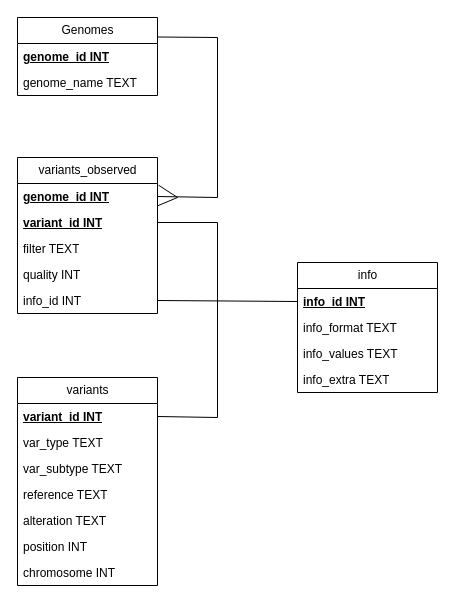
Marie-Schmit/REST-API-service-for-variant-data keeps this draw.io diagram as Report_Diagrams/Database_schema.drawio. Above is the earlier version. Source tidied: cells renumbered, new cells numbered last; positions are measured from the earlier drawing's top-left corner, leaving out a move shared by most shapes. Both pictures are drawn from the tidied source at 100%, with x=0, y=0 at pixel (17, 17).
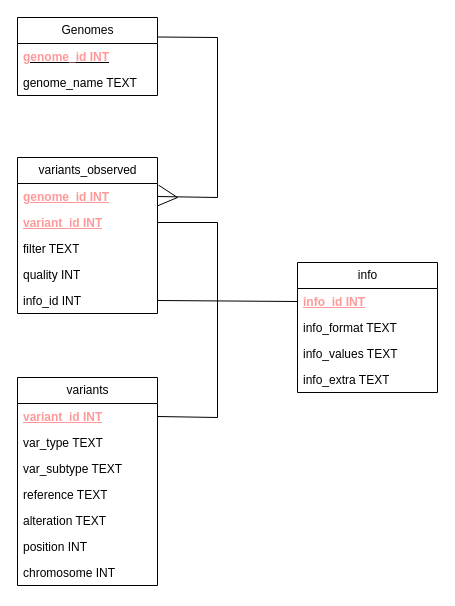
The same diagram, later.

The change refers to these unchanged cells:
```xml
<mxCell id="2" value="Genomes" style="swimlane;fontStyle=0;horizontal=1;startSize=26;fillColor=none;html=1;" parent="1" vertex="1">
  <mxGeometry width="140" height="78" as="geometry" />
</mxCell>
<mxCell id="5" value="variants_observed" style="swimlane;fontStyle=0;horizontal=1;startSize=26;fillColor=none;html=1;" parent="1" vertex="1">
  <mxGeometry y="140" width="140" height="156" as="geometry" />
</mxCell>
<mxCell id="11" value="variants" style="swimlane;fontStyle=0;horizontal=1;startSize=26;fillColor=none;html=1;" parent="1" vertex="1">
  <mxGeometry y="360" width="140" height="208" as="geometry" />
</mxCell>
<mxCell id="19" value="info" style="swimlane;fontStyle=0;horizontal=1;startSize=26;fillColor=none;html=1;" parent="1" vertex="1">
  <mxGeometry x="280" y="245" width="140" height="130" as="geometry" />
</mxCell>
```

What changed in the source:
```diff
@@
-    <mxCell id="3" value="genome_id INT" style="text;strokeColor=none;fillColor=none;align=left;verticalAlign=top;spacingLeft=4;spacingRight=4;overflow=hidden;whiteSpace=wrap;html=1;fontStyle=5;" parent="2" vertex="1">
+    <mxCell id="3" value="&lt;font color=&quot;#ff9999&quot;&gt;genome_id INT&lt;/font&gt;" style="text;strokeColor=none;fillColor=none;align=left;verticalAlign=top;spacingLeft=4;spacingRight=4;overflow=hidden;whiteSpace=wrap;html=1;fontStyle=5;" parent="2" vertex="1">
       <mxGeometry y="26" width="140" height="26" as="geometry" />
     </mxCell>
@@
-    <mxCell id="6" value="genome_id INT" style="text;strokeColor=none;fillColor=none;align=left;verticalAlign=top;spacingLeft=4;spacingRight=4;overflow=hidden;points=[[0,0.5],[1,0.5]];portConstraint=eastwest;whiteSpace=wrap;html=1;fontStyle=5;" parent="5" vertex="1">
+    <mxCell id="6" value="genome_id INT" style="text;strokeColor=none;fillColor=none;align=left;verticalAlign=top;spacingLeft=4;spacingRight=4;overflow=hidden;points=[[0,0.5],[1,0.5]];portConstraint=eastwest;whiteSpace=wrap;html=1;fontStyle=5;fontColor=#FF9999;" parent="5" vertex="1">
       <mxGeometry y="26" width="140" height="26" as="geometry" />
     </mxCell>
-    <mxCell id="7" value="&lt;b&gt;&lt;u&gt;variant_id INT&lt;br&gt;&lt;br&gt;&lt;/u&gt;&lt;/b&gt;" style="text;strokeColor=none;fillColor=none;align=left;verticalAlign=top;spacingLeft=4;spacingRight=4;overflow=hidden;points=[[0,0.5],[1,0.5]];portConstraint=eastwest;whiteSpace=wrap;html=1;" parent="5" vertex="1">
+    <mxCell id="7" value="&lt;b&gt;&lt;u&gt;variant_id INT&lt;br&gt;&lt;br&gt;&lt;/u&gt;&lt;/b&gt;" style="text;strokeColor=none;fillColor=none;align=left;verticalAlign=top;spacingLeft=4;spacingRight=4;overflow=hidden;points=[[0,0.5],[1,0.5]];portConstraint=eastwest;whiteSpace=wrap;html=1;fontColor=#FF9999;" parent="5" vertex="1">
       <mxGeometry y="52" width="140" height="26" as="geometry" />
     </mxCell>
@@
-    <mxCell id="12" value="&lt;b&gt;&lt;u&gt;variant_id INT&lt;br&gt;&lt;br&gt;&lt;/u&gt;&lt;/b&gt;" style="text;strokeColor=none;fillColor=none;align=left;verticalAlign=top;spacingLeft=4;spacingRight=4;overflow=hidden;points=[[0,0.5],[1,0.5]];portConstraint=eastwest;whiteSpace=wrap;html=1;" parent="11" vertex="1">
+    <mxCell id="12" value="&lt;b&gt;&lt;u&gt;variant_id INT&lt;br&gt;&lt;br&gt;&lt;/u&gt;&lt;/b&gt;" style="text;strokeColor=none;fillColor=none;align=left;verticalAlign=top;spacingLeft=4;spacingRight=4;overflow=hidden;points=[[0,0.5],[1,0.5]];portConstraint=eastwest;whiteSpace=wrap;html=1;fontColor=#FF9999;" parent="11" vertex="1">
       <mxGeometry y="26" width="140" height="26" as="geometry" />
     </mxCell>
@@
-    <mxCell id="20" value="&lt;b&gt;&lt;u&gt;info_id INT&lt;br&gt;&lt;/u&gt;&lt;/b&gt;" style="text;strokeColor=none;fillColor=none;align=left;verticalAlign=top;spacingLeft=4;spacingRight=4;overflow=hidden;points=[[0,0.5],[1,0.5]];portConstraint=eastwest;whiteSpace=wrap;html=1;" parent="19" vertex="1">
+    <mxCell id="20" value="&lt;b&gt;&lt;u&gt;info_id INT&lt;br&gt;&lt;/u&gt;&lt;/b&gt;" style="text;strokeColor=none;fillColor=none;align=left;verticalAlign=top;spacingLeft=4;spacingRight=4;overflow=hidden;points=[[0,0.5],[1,0.5]];portConstraint=eastwest;whiteSpace=wrap;html=1;fontColor=#FF9999;" parent="19" vertex="1">
       <mxGeometry y="26" width="140" height="26" as="geometry" />
     </mxCell>
```
